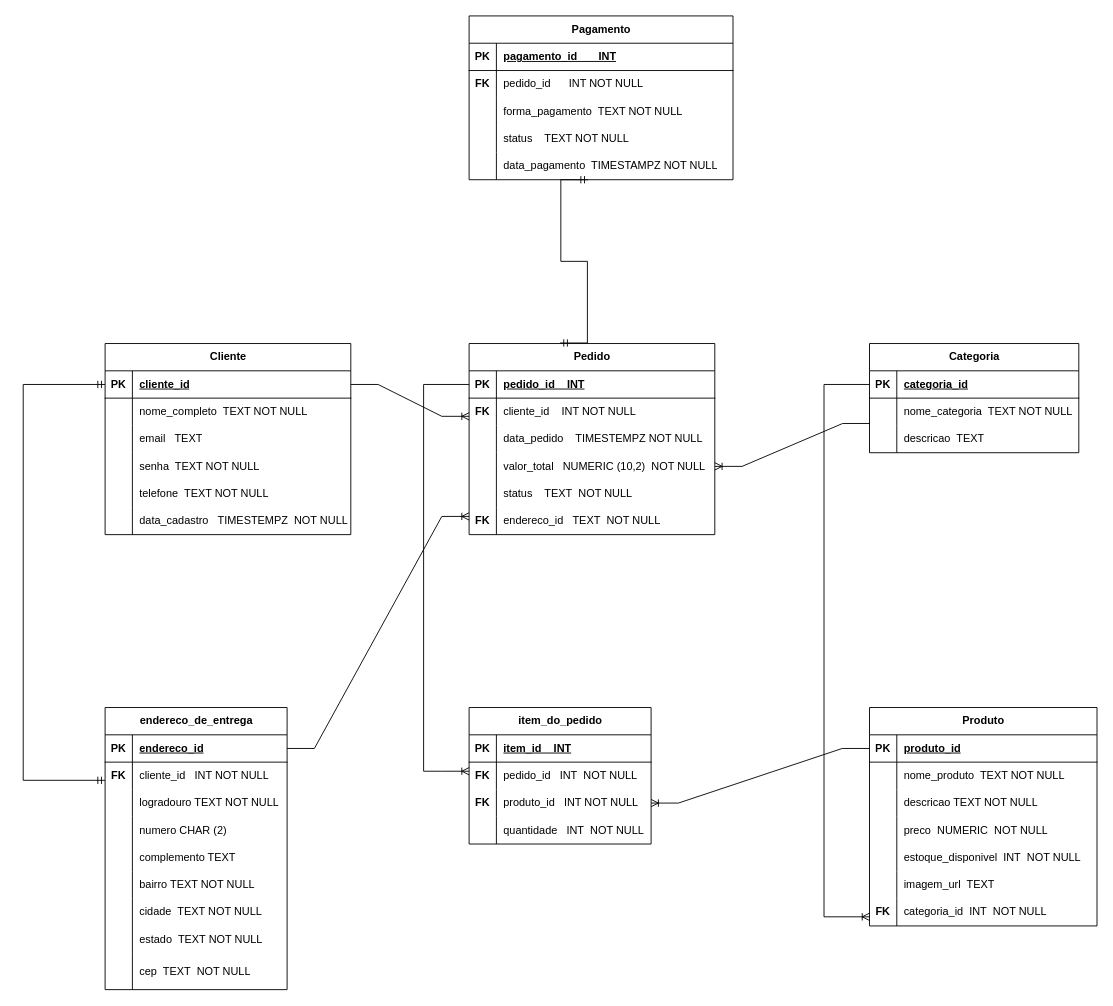
The draw.io diagram page "Físico Ecommerce" (3 of 6) of Modelagem/Modelagem de Dados.drawio in Euericlesmoura/Projeto-1, before the edit. Source tidied: cells renumbered, new cells numbered last; positions are measured from the earlier drawing's top-left corner, leaving out a move shared by most shapes. Both pictures are drawn from the tidied source at 91%, with x=0, y=0 at pixel (23, 15).
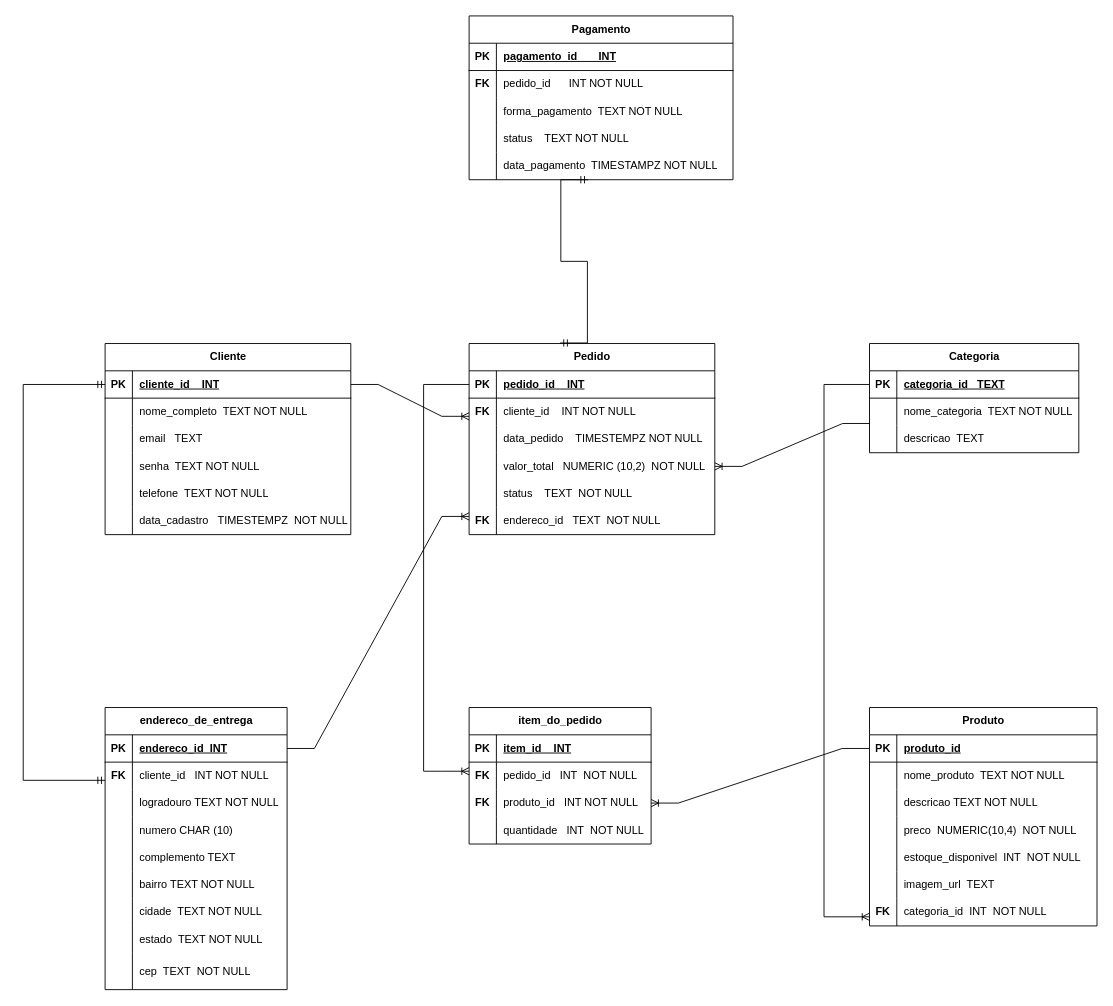
The same page after the edit.

The change refers to these unchanged cells:
```xml
<mxCell id="3" style="shape=tableRow;horizontal=0;startSize=0;swimlaneHead=0;swimlaneBody=0;fillColor=none;points=[[0,0.5],[1,0.5]];portConstraint=eastwest;top=0;left=0;right=0;bottom=1;" parent="2" vertex="1">
  <mxGeometry y="30" width="270" height="30" as="geometry" />
</mxCell>
<mxCell id="31" style="shape=tableRow;horizontal=0;startSize=0;swimlaneHead=0;swimlaneBody=0;fillColor=none;top=0;left=0;right=0;bottom=0;" parent="21" vertex="1">
  <mxGeometry y="120" width="250" height="30" as="geometry" />
</mxCell>
<mxCell id="79" style="shape=tableRow;horizontal=0;startSize=0;swimlaneHead=0;swimlaneBody=0;fillColor=none;points=[[0,0.5],[1,0.5]];portConstraint=eastwest;top=0;left=0;right=0;bottom=1;" parent="78" vertex="1">
  <mxGeometry y="30" width="230" height="30" as="geometry" />
</mxCell>
<mxCell id="106" style="shape=tableRow;horizontal=0;startSize=0;swimlaneHead=0;swimlaneBody=0;fillColor=none;points=[[0,0.5],[1,0.5]];portConstraint=eastwest;top=0;left=0;right=0;bottom=1;" parent="105" vertex="1">
  <mxGeometry y="30" width="200" height="30" as="geometry" />
</mxCell>
<mxCell id="115" style="shape=tableRow;horizontal=0;startSize=0;swimlaneHead=0;swimlaneBody=0;fillColor=none;top=0;left=0;right=0;bottom=0;" parent="105" vertex="1">
  <mxGeometry y="120" width="200" height="30" as="geometry" />
</mxCell>
```

Diff of the diagram source:
```diff
@@
-    <mxCell id="5" value="cliente_id" style="shape=partialRectangle;fillColor=none;top=0;left=0;bottom=0;right=0;align=left;spacingLeft=6;fontStyle=5;overflow=hidden;whiteSpace=wrap;html=1;" parent="3" vertex="1">
+    <mxCell id="5" value="cliente_id&amp;nbsp; &amp;nbsp; INT" style="shape=partialRectangle;fillColor=none;top=0;left=0;bottom=0;right=0;align=left;spacingLeft=6;fontStyle=5;overflow=hidden;whiteSpace=wrap;html=1;" parent="3" vertex="1">
       <mxGeometry x="30" width="240" height="30" as="geometry" />
     </mxCell>
@@
-    <mxCell id="33" value="preco&amp;nbsp; NUMERIC&amp;nbsp; NOT NULL" style="shape=partialRectangle;fillColor=none;top=0;left=0;bottom=0;right=0;align=left;spacingLeft=6;overflow=hidden;whiteSpace=wrap;html=1;" parent="31" vertex="1">
+    <mxCell id="33" value="preco&amp;nbsp; NUMERIC(10,4)&amp;nbsp; NOT NULL" style="shape=partialRectangle;fillColor=none;top=0;left=0;bottom=0;right=0;align=left;spacingLeft=6;overflow=hidden;whiteSpace=wrap;html=1;" parent="31" vertex="1">
       <mxGeometry x="30" width="220" height="30" as="geometry" />
     </mxCell>
@@
-    <mxCell id="81" value="categoria_id" style="shape=partialRectangle;fillColor=none;top=0;left=0;bottom=0;right=0;align=left;spacingLeft=6;fontStyle=5;overflow=hidden;whiteSpace=wrap;html=1;" parent="79" vertex="1">
+    <mxCell id="81" value="categoria_id&amp;nbsp; &amp;nbsp;TEXT" style="shape=partialRectangle;fillColor=none;top=0;left=0;bottom=0;right=0;align=left;spacingLeft=6;fontStyle=5;overflow=hidden;whiteSpace=wrap;html=1;" parent="79" vertex="1">
       <mxGeometry x="30" width="200" height="30" as="geometry" />
     </mxCell>
@@
-    <mxCell id="108" value="endereco_id" style="shape=partialRectangle;fillColor=none;top=0;left=0;bottom=0;right=0;align=left;spacingLeft=6;fontStyle=5;overflow=hidden;whiteSpace=wrap;html=1;" parent="106" vertex="1">
+    <mxCell id="108" value="endereco_id&amp;nbsp; INT" style="shape=partialRectangle;fillColor=none;top=0;left=0;bottom=0;right=0;align=left;spacingLeft=6;fontStyle=5;overflow=hidden;whiteSpace=wrap;html=1;" parent="106" vertex="1">
       <mxGeometry x="30" width="170" height="30" as="geometry" />
     </mxCell>
@@
-    <mxCell id="117" value="numero CHAR (2)" style="shape=partialRectangle;fillColor=none;top=0;left=0;bottom=0;right=0;align=left;spacingLeft=6;overflow=hidden;whiteSpace=wrap;html=1;" parent="115" vertex="1">
+    <mxCell id="117" value="numero CHAR (10)" style="shape=partialRectangle;fillColor=none;top=0;left=0;bottom=0;right=0;align=left;spacingLeft=6;overflow=hidden;whiteSpace=wrap;html=1;" parent="115" vertex="1">
       <mxGeometry x="30" width="170" height="30" as="geometry" />
     </mxCell>
```
